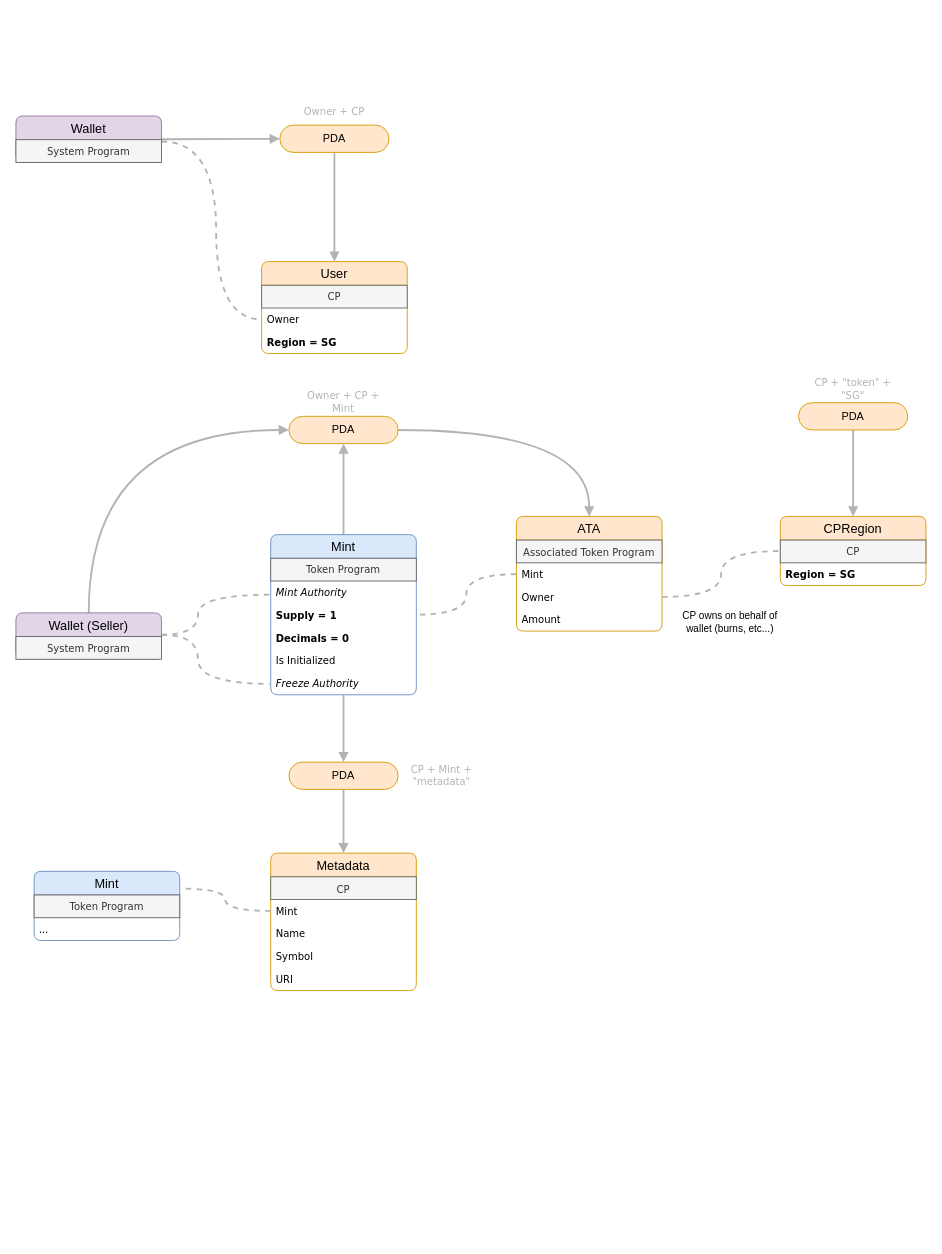
This is RFCs/accounts.drawio from HMXHIU/christmas, a draw.io file, before an edit. Source tidied: cells renumbered, new cells numbered last; positions are measured from the earlier drawing's top-left corner, leaving out a move shared by most shapes. Both pictures are drawn from the tidied source at 91%, with x=0, y=0 at pixel (15, 97).
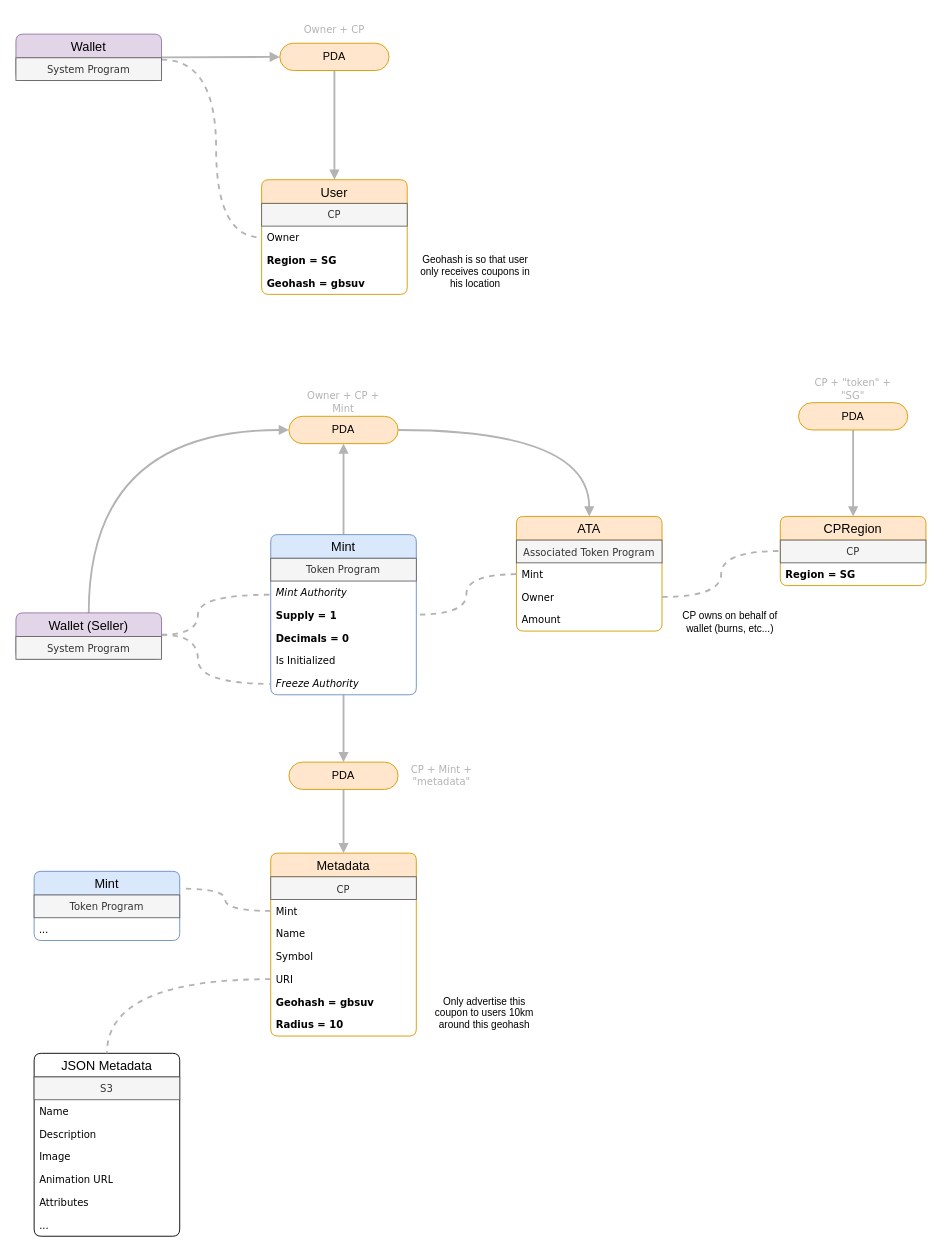
The same diagram, later.

The change refers to these unchanged cells:
```xml
<mxCell id="10" value="Owner" style="text;spacingLeft=4;spacingRight=4;overflow=hidden;points=[[0,0.5],[1,0.5]];portConstraint=eastwest;fontSize=11;whiteSpace=wrap;html=1;align=left;fontFamily=Verdana;" parent="8" vertex="1">
  <mxGeometry y="51" width="160" height="25" as="geometry" />
</mxCell>
<mxCell id="51" value="&lt;span style=&quot;font-size: 11px;&quot;&gt;URI&lt;/span&gt;" style="text;spacingLeft=4;spacingRight=4;overflow=hidden;points=[[0,0.5],[1,0.5]];portConstraint=eastwest;fontSize=11;whiteSpace=wrap;html=1;align=left;fontFamily=Verdana;" parent="46" vertex="1">
  <mxGeometry y="126" width="160" height="25" as="geometry" />
</mxCell>
```

Change to the diagram source:
```diff
@@
     <mxCell id="3" style="edgeStyle=orthogonalEdgeStyle;jettySize=auto;html=1;entryX=0;entryY=0.5;entryDx=0;entryDy=0;curved=1;arcSize=20;endArrow=none;endFill=0;dashed=1;strokeWidth=2;strokeColor=#B3B3B3;" parent="1" edge="1" source="4" target="10">
       <mxGeometry relative="1" as="geometry">
         <Array as="points">
-          <mxPoint x="220" y="48" />
-          <mxPoint x="220" y="244" />
+          <mxPoint x="220" y="-42" />
+          <mxPoint x="220" y="154" />
         </Array>
       </mxGeometry>
     </mxCell>
     <mxCell id="4" value="Wallet" style="swimlane;fontStyle=0;horizontal=1;startSize=26;align=center;fontSize=14;fillColor=#e1d5e7;strokeColor=#9673a6;arcSize=10;rounded=1;" parent="1" vertex="1">
-      <mxGeometry y="20" width="160" height="51" as="geometry" />
+      <mxGeometry y="-70" width="160" height="51" as="geometry" />
     </mxCell>
@@
     <mxCell id="7" value="PDA" style="rounded=1;whiteSpace=wrap;html=1;arcSize=50;absoluteArcSize=0;fillColor=#ffe6cc;strokeColor=#d79b00;" parent="1" vertex="1">
-      <mxGeometry x="290" y="30" width="120" height="30" as="geometry" />
+      <mxGeometry x="290" y="-60" width="120" height="30" as="geometry" />
     </mxCell>
     <mxCell id="8" value="User" style="swimlane;fontStyle=0;horizontal=1;startSize=26;align=center;fontSize=14;fillColor=#ffe6cc;strokeColor=#d79b00;arcSize=10;rounded=1;" parent="1" vertex="1">
-      <mxGeometry x="270" y="180" width="160" height="101" as="geometry" />
+      <mxGeometry x="270" y="90" width="160" height="126" as="geometry" />
     </mxCell>
@@
+    <mxCell id="57" value="&lt;b&gt;Geohash =&amp;nbsp;gbsuv&lt;/b&gt;" style="text;spacingLeft=4;spacingRight=4;overflow=hidden;fontSize=11;whiteSpace=wrap;html=1;align=left;fontFamily=Verdana;" parent="8" vertex="1">
+      <mxGeometry y="101" width="160" height="25" as="geometry" />
+    </mxCell>
     <mxCell id="12" value="Owner + CP" style="text;html=1;strokeColor=none;fillColor=none;align=center;verticalAlign=middle;whiteSpace=wrap;rounded=0;fontFamily=Verdana;fontColor=#B3B3B3;fontStyle=0;fontSize=11;" parent="1" vertex="1">
-      <mxGeometry x="302" width="96" height="30" as="geometry" />
+      <mxGeometry x="302" y="-90" width="96" height="30" as="geometry" />
     </mxCell>
@@
     <mxCell id="46" value="Metadata" style="swimlane;fontStyle=0;horizontal=1;startSize=26;align=center;fontSize=14;fillColor=#ffe6cc;strokeColor=#d79b00;arcSize=10;rounded=1;" parent="1" vertex="1">
-      <mxGeometry x="280" y="830" width="160" height="151" as="geometry" />
+      <mxGeometry x="280" y="830" width="160" height="201" as="geometry" />
     </mxCell>
@@
+    <mxCell id="58" value="&lt;b&gt;Geohash = gbsuv&lt;/b&gt;" style="text;spacingLeft=4;spacingRight=4;overflow=hidden;fontSize=11;whiteSpace=wrap;html=1;align=left;fontFamily=Verdana;" parent="46" vertex="1">
+      <mxGeometry y="151" width="160" height="25" as="geometry" />
+    </mxCell>
+    <mxCell id="59" value="&lt;b&gt;Radius = 10&amp;nbsp;&lt;/b&gt;" style="text;spacingLeft=4;spacingRight=4;overflow=hidden;fontSize=11;whiteSpace=wrap;html=1;align=left;fontFamily=Verdana;" parent="46" vertex="1">
+      <mxGeometry y="176" width="160" height="25" as="geometry" />
+    </mxCell>
@@
+    <mxCell id="60" value="Geohash is so that user only receives coupons in his location" style="text;html=1;strokeColor=none;fillColor=none;align=center;verticalAlign=middle;whiteSpace=wrap;rounded=0;fontSize=11;fontFamily=Helvetica;fontColor=default;" parent="1" vertex="1">
+      <mxGeometry x="440" y="165" width="130" height="51" as="geometry" />
+    </mxCell>
+    <mxCell id="61" value="Only advertise this coupon to users 10km around this geohash" style="text;html=1;strokeColor=none;fillColor=none;align=center;verticalAlign=middle;whiteSpace=wrap;rounded=0;fontSize=11;fontFamily=Helvetica;fontColor=default;" parent="1" vertex="1">
+      <mxGeometry x="450" y="980" width="130" height="51" as="geometry" />
+    </mxCell>
+    <mxCell id="62" value="JSON Metadata" style="swimlane;fontStyle=0;horizontal=1;startSize=26;align=center;fontSize=14;arcSize=10;rounded=1;" parent="1" vertex="1">
+      <mxGeometry x="20" y="1050" width="160" height="201" as="geometry" />
+    </mxCell>
+    <mxCell id="63" value="S3" style="text;strokeColor=#666666;fillColor=#f5f5f5;spacingLeft=4;spacingRight=4;overflow=hidden;fontSize=11;whiteSpace=wrap;html=1;align=center;fontFamily=Verdana;fontColor=#333333;" parent="62" vertex="1">
+      <mxGeometry y="26" width="160" height="25" as="geometry" />
+    </mxCell>
+    <mxCell id="64" value="&lt;span style=&quot;font-style: normal;&quot;&gt;Name&lt;/span&gt;" style="text;spacingLeft=4;spacingRight=4;overflow=hidden;fontSize=11;whiteSpace=wrap;html=1;align=left;fontFamily=Verdana;fontStyle=2;" parent="62" vertex="1">
+      <mxGeometry y="51" width="160" height="25" as="geometry" />
+    </mxCell>
+    <mxCell id="65" value="&lt;span style=&quot;font-size: 11px;&quot;&gt;Description&lt;/span&gt;" style="text;spacingLeft=4;spacingRight=4;overflow=hidden;fontSize=11;whiteSpace=wrap;html=1;align=left;fontFamily=Verdana;" parent="62" vertex="1">
+      <mxGeometry y="76" width="160" height="25" as="geometry" />
+    </mxCell>
+    <mxCell id="66" value="&lt;span style=&quot;font-size: 11px;&quot;&gt;Image&lt;/span&gt;" style="text;spacingLeft=4;spacingRight=4;overflow=hidden;fontSize=11;whiteSpace=wrap;html=1;align=left;fontFamily=Verdana;" parent="62" vertex="1">
+      <mxGeometry y="101" width="160" height="25" as="geometry" />
+    </mxCell>
+    <mxCell id="67" value="&lt;span style=&quot;font-size: 11px;&quot;&gt;Animation URL&lt;/span&gt;" style="text;spacingLeft=4;spacingRight=4;overflow=hidden;fontSize=11;whiteSpace=wrap;html=1;align=left;fontFamily=Verdana;" parent="62" vertex="1">
+      <mxGeometry y="126" width="160" height="25" as="geometry" />
+    </mxCell>
+    <mxCell id="68" value="Attributes" style="text;spacingLeft=4;spacingRight=4;overflow=hidden;fontSize=11;whiteSpace=wrap;html=1;align=left;fontFamily=Verdana;" parent="62" vertex="1">
+      <mxGeometry y="151" width="160" height="25" as="geometry" />
+    </mxCell>
+    <mxCell id="69" value="..." style="text;spacingLeft=4;spacingRight=4;overflow=hidden;fontSize=11;whiteSpace=wrap;html=1;align=left;fontFamily=Verdana;" parent="62" vertex="1">
+      <mxGeometry y="176" width="160" height="25" as="geometry" />
+    </mxCell>
+    <mxCell id="70" style="edgeStyle=orthogonalEdgeStyle;jettySize=auto;html=1;entryX=0.5;entryY=0;entryDx=0;entryDy=0;endArrow=none;strokeColor=#B3B3B3;dashed=1;strokeWidth=2;endFill=0;curved=1;" parent="1" edge="1" source="51" target="62">
+      <mxGeometry relative="1" as="geometry" />
+    </mxCell>
```
